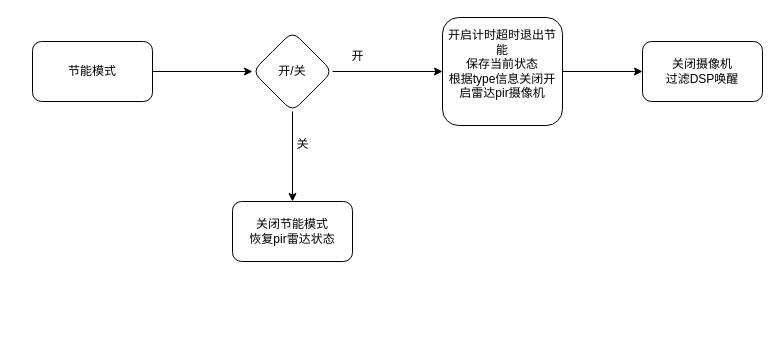
Before: 节能模式.drawio in wsdmzz/drawio-desktop, a draw.io diagram. Source tidied: cells renumbered, new cells numbered last; positions are measured from the earlier drawing's top-left corner, leaving out a move shared by most shapes. Both pictures are drawn from the tidied source at 100%, with x=0, y=0 at pixel (32, 17).
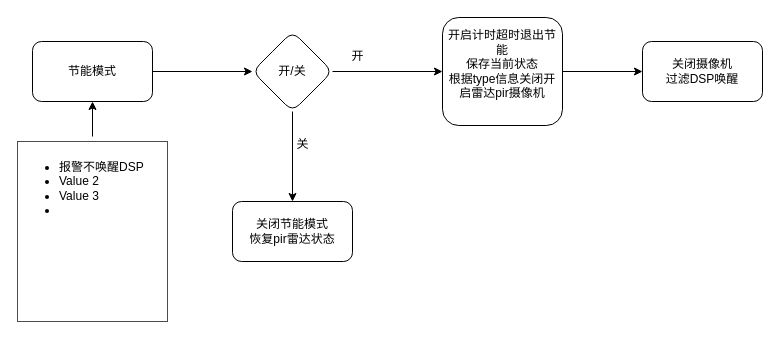
After the change.

Commit message:
更新节能模式.drawio

What changed in the source:
```diff
@@
 <mxGraphModel>
   <root>
     <mxCell id="0" />
     <mxCell id="1" parent="0" />
     <mxCell id="2" style="edgeStyle=orthogonalEdgeStyle;rounded=0;jettySize=auto;html=1;" parent="1" edge="1" source="3" target="6">
       <mxGeometry relative="1" as="geometry" />
     </mxCell>
     <mxCell id="3" value="节能模式" style="rounded=1;whiteSpace=wrap;html=1;" parent="1" vertex="1">
       <mxGeometry y="24" width="120" height="60" as="geometry" />
     </mxCell>
     <mxCell id="4" style="edgeStyle=orthogonalEdgeStyle;rounded=0;jettySize=auto;html=1;" parent="1" edge="1" source="6" target="8">
       <mxGeometry relative="1" as="geometry" />
     </mxCell>
     <mxCell id="5" style="edgeStyle=orthogonalEdgeStyle;rounded=0;jettySize=auto;html=1;" parent="1" edge="1" source="6" target="10">
       <mxGeometry relative="1" as="geometry" />
     </mxCell>
     <mxCell id="6" value="开/关" style="rhombus;whiteSpace=wrap;html=1;rounded=1;" parent="1" vertex="1">
       <mxGeometry x="220" y="14" width="80" height="80" as="geometry" />
     </mxCell>
     <mxCell id="7" style="edgeStyle=orthogonalEdgeStyle;rounded=0;jettySize=auto;html=1;" parent="1" edge="1" source="8" target="12">
       <mxGeometry relative="1" as="geometry" />
     </mxCell>
     <mxCell id="8" value="开启计时超时退出节能&lt;br&gt;保存当前状态&lt;br&gt;根据type信息关闭开启雷达pir摄像机&lt;br&gt;&lt;br&gt;" style="whiteSpace=wrap;html=1;rounded=1;" parent="1" vertex="1">
       <mxGeometry x="410" width="120" height="108" as="geometry" />
     </mxCell>
     <mxCell id="9" value="开" style="text;html=1;align=center;verticalAlign=middle;strokeColor=none;fillColor=none;" parent="1" vertex="1">
       <mxGeometry x="305" y="24" width="40" height="30" as="geometry" />
     </mxCell>
     <mxCell id="10" value="关闭节能模式&lt;br&gt;恢复pir雷达状态" style="whiteSpace=wrap;html=1;rounded=1;" parent="1" vertex="1">
       <mxGeometry x="200" y="184" width="120" height="60" as="geometry" />
     </mxCell>
     <mxCell id="11" value="关" style="text;html=1;align=center;verticalAlign=middle;strokeColor=none;fillColor=none;" parent="1" vertex="1">
       <mxGeometry x="250" y="112" width="40" height="30" as="geometry" />
     </mxCell>
     <mxCell id="12" value="关闭摄像机&lt;br&gt;过滤DSP唤醒" style="whiteSpace=wrap;html=1;rounded=1;" parent="1" vertex="1">
       <mxGeometry x="610" y="24" width="120" height="60" as="geometry" />
     </mxCell>
+    <mxCell id="13" style="edgeStyle=orthogonalEdgeStyle;rounded=0;jettySize=auto;html=1;" parent="1" edge="1" source="14" target="3">
+      <mxGeometry relative="1" as="geometry" />
+    </mxCell>
+    <mxCell id="14" value="&lt;ul&gt;&lt;li&gt;报警不唤醒DSP&lt;/li&gt;&lt;li&gt;Value 2&lt;/li&gt;&lt;li&gt;Value 3&lt;/li&gt;&lt;li&gt;&lt;br&gt;&lt;/li&gt;&lt;/ul&gt;" style="text;strokeColor=default;fillColor=none;html=1;whiteSpace=wrap;verticalAlign=top;overflow=hidden;opacity=70;perimeterSpacing=5;labelPosition=center;verticalLabelPosition=middle;align=left;" parent="1" vertex="1">
+      <mxGeometry x="-15" y="124" width="150" height="180" as="geometry" />
+    </mxCell>
   </root>
 </mxGraphModel>
```
